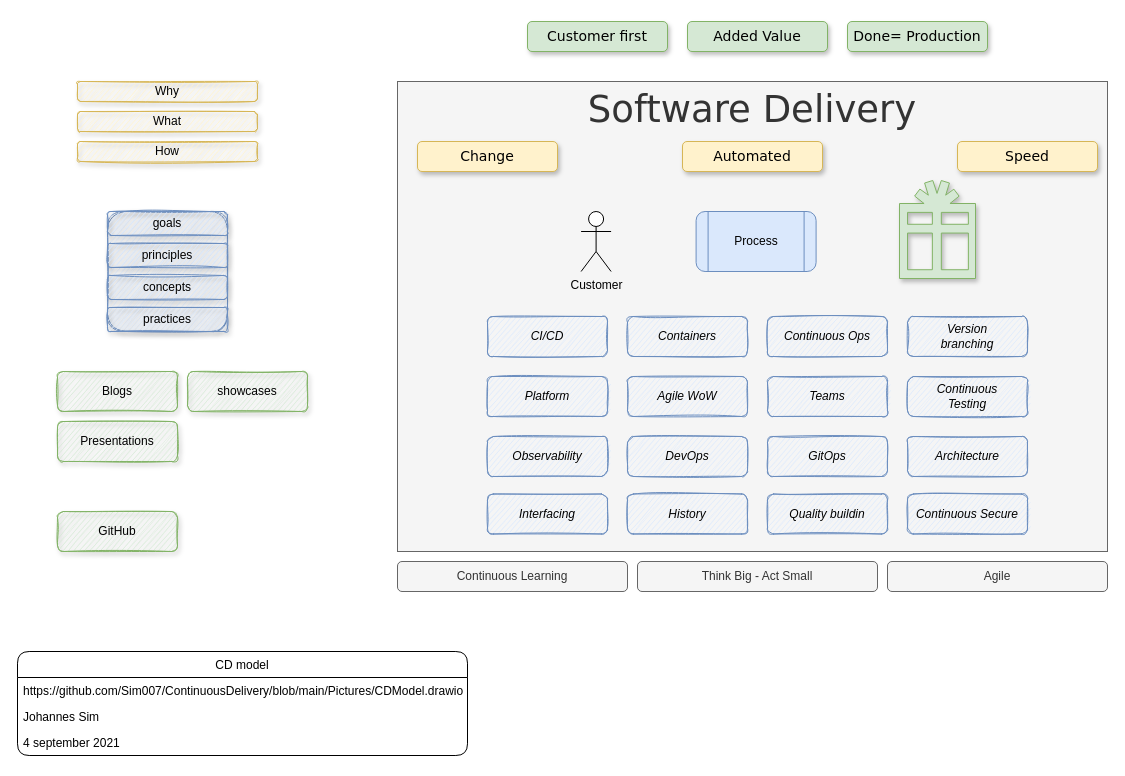
Sim007/ContinuousDelivery keeps this draw.io diagram as Pictures/CDModel.drawio. Above is the earlier version. Source tidied: cells renumbered, new cells numbered last; positions are measured from the earlier drawing's top-left corner, leaving out a move shared by most shapes. Both pictures are drawn from the tidied source at 100%, with x=0, y=0 at pixel (17, 21).
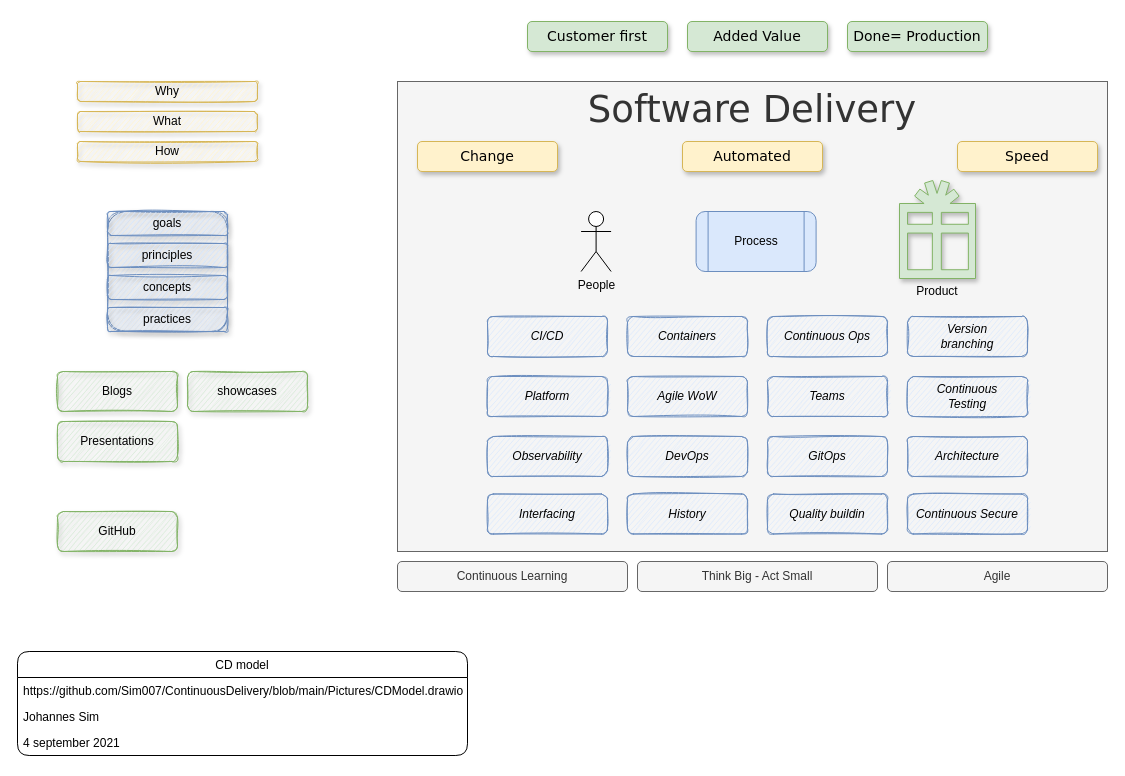
The same page after the edit.

The change refers to these unchanged cells:
```xml
<mxCell id="2" value="Software Delivery" style="rounded=0;whiteSpace=wrap;html=1;verticalAlign=top;fontSize=37;labelBorderColor=none;fillColor=#f5f5f5;strokeColor=#666666;fontColor=#333333;fontFamily=Verdana;" parent="1" vertex="1">
  <mxGeometry x="380" y="60" width="710" height="470" as="geometry" />
</mxCell>
```

What changed in the source:
```diff
@@
-    <mxCell id="4" value="Customer" style="shape=umlActor;verticalLabelPosition=bottom;verticalAlign=top;html=1;" parent="2" vertex="1">
+    <mxCell id="4" value="People" style="shape=umlActor;verticalLabelPosition=bottom;verticalAlign=top;html=1;" parent="2" vertex="1">
       <mxGeometry x="183.6" y="130" width="30" height="60" as="geometry" />
     </mxCell>
@@
+    <mxCell id="48" value="Product" style="text;html=1;strokeColor=none;fillColor=none;align=center;verticalAlign=middle;whiteSpace=wrap;rounded=0;shadow=1;glass=0;sketch=1;" parent="2" vertex="1">
+      <mxGeometry x="520" y="200" width="40" height="20" as="geometry" />
+    </mxCell>
```
